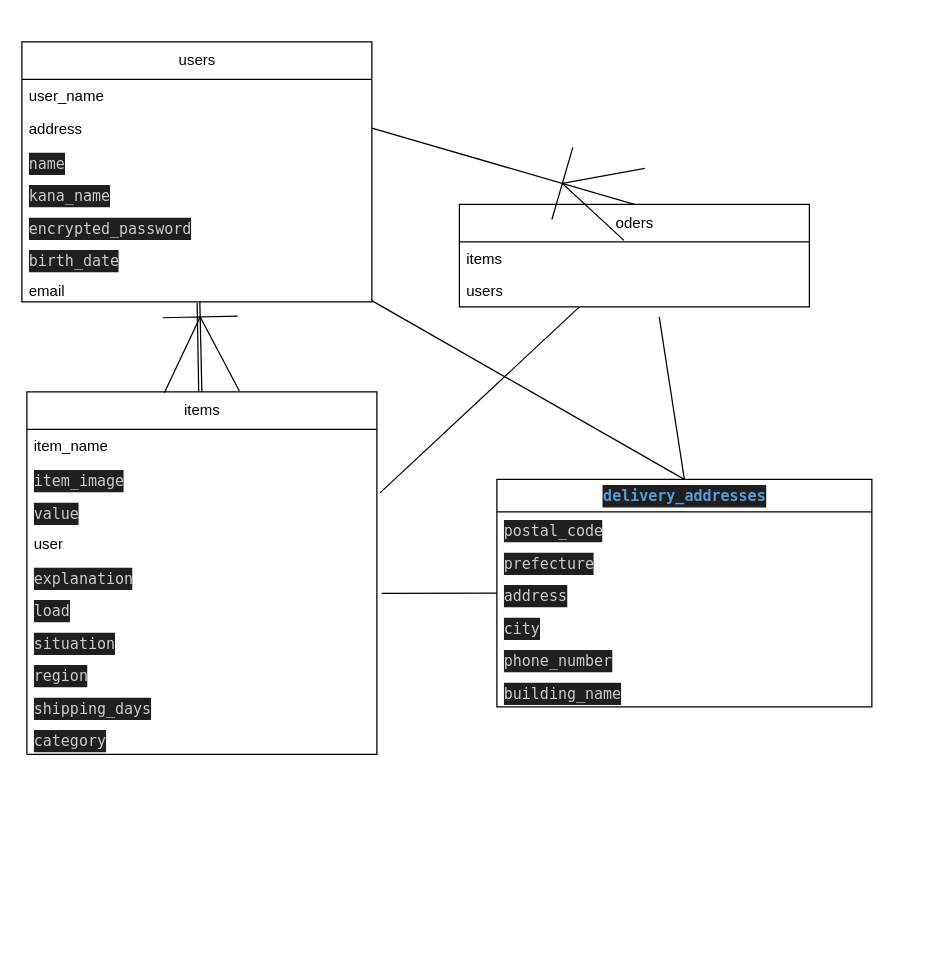
Above: furima.dio in yosyncr/furima-39470 (draw.io), before the change. Source tidied: cells renumbered, new cells numbered last; positions are measured from the earlier drawing's top-left corner, leaving out a move shared by most shapes. Both pictures are drawn from the tidied source at 125%, with x=0, y=0 at pixel (21, 41).
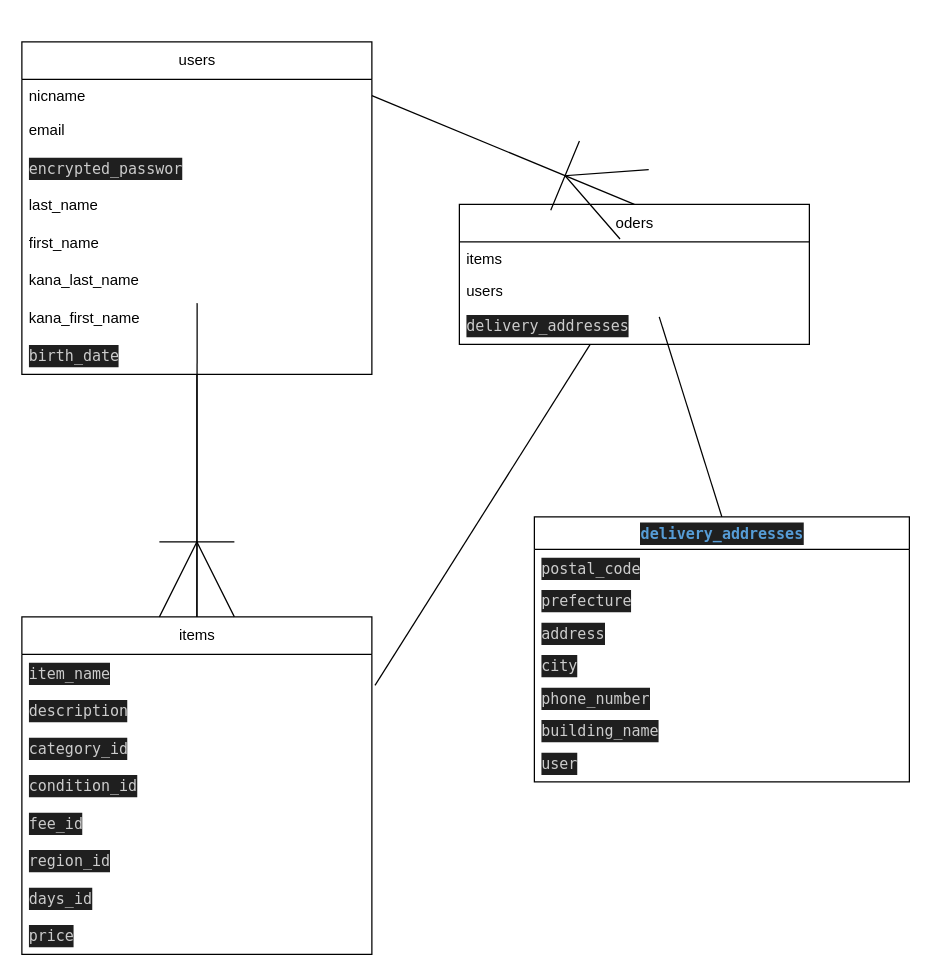
The same page after the edit.

Unchanged cells that the change refers to:
```xml
<mxCell id="33" value="&lt;div style=&quot;color: rgb(204, 204, 204); background-color: rgb(31, 31, 31); font-family: Menlo, Monaco, &amp;quot;Courier New&amp;quot;, monospace; line-height: 18px;&quot;&gt;address&lt;/div&gt;" style="text;strokeColor=none;fillColor=none;align=left;verticalAlign=top;spacingLeft=4;spacingRight=4;overflow=hidden;points=[[0,0.5],[1,0.5]];portConstraint=eastwest;whiteSpace=wrap;html=1;" parent="30" vertex="1">
  <mxGeometry y="78" width="300" height="26" as="geometry" />
</mxCell>
```

What changed in the source:
```diff
@@
     <mxCell id="3" value="users" style="swimlane;fontStyle=0;horizontal=1;startSize=30;fillColor=none;html=1;" parent="1" vertex="1">
-      <mxGeometry width="280" height="208" as="geometry" />
+      <mxGeometry width="280" height="266" as="geometry" />
     </mxCell>
-    <mxCell id="4" value="user_name" style="text;strokeColor=none;fillColor=none;align=left;verticalAlign=top;spacingLeft=4;spacingRight=4;overflow=hidden;whiteSpace=wrap;html=1;" parent="3" vertex="1">
-      <mxGeometry y="30" width="280" height="26" as="geometry" />
-    </mxCell>
-    <mxCell id="5" value="address" style="text;strokeColor=none;fillColor=none;align=left;verticalAlign=top;spacingLeft=4;spacingRight=4;overflow=hidden;points=[[0,0.5],[1,0.5]];portConstraint=eastwest;whiteSpace=wrap;html=1;" parent="3" vertex="1">
-      <mxGeometry y="56" width="280" height="26" as="geometry" />
+    <mxCell id="5" value="nicname" style="text;strokeColor=none;fillColor=none;align=left;verticalAlign=top;spacingLeft=4;spacingRight=4;overflow=hidden;points=[[0,0.5],[1,0.5]];portConstraint=eastwest;whiteSpace=wrap;html=1;" parent="3" vertex="1">
+      <mxGeometry y="30" width="280" height="26" as="geometry" />
     </mxCell>
-    <mxCell id="6" value="&lt;div style=&quot;color: rgb(204, 204, 204); background-color: rgb(31, 31, 31); font-family: Menlo, Monaco, &amp;quot;Courier New&amp;quot;, monospace; line-height: 18px;&quot;&gt;name&lt;/div&gt;" style="text;strokeColor=none;fillColor=none;align=left;verticalAlign=top;spacingLeft=4;spacingRight=4;overflow=hidden;whiteSpace=wrap;html=1;" parent="3" vertex="1">
-      <mxGeometry y="82" width="280" height="26" as="geometry" />
-    </mxCell>
-    <mxCell id="7" value="&lt;div style=&quot;color: rgb(204, 204, 204); background-color: rgb(31, 31, 31); font-family: Menlo, Monaco, &amp;quot;Courier New&amp;quot;, monospace; line-height: 18px;&quot;&gt;kana_name&lt;/div&gt;" style="text;strokeColor=none;fillColor=none;align=left;verticalAlign=top;spacingLeft=4;spacingRight=4;overflow=hidden;whiteSpace=wrap;html=1;" parent="3" vertex="1">
-      <mxGeometry y="108" width="280" height="26" as="geometry" />
-    </mxCell>
-    <mxCell id="8" value="&lt;div style=&quot;color: rgb(204, 204, 204); background-color: rgb(31, 31, 31); font-family: Menlo, Monaco, &amp;quot;Courier New&amp;quot;, monospace; line-height: 18px;&quot;&gt;encrypted_password&lt;/div&gt;" style="text;strokeColor=none;fillColor=none;align=left;verticalAlign=top;spacingLeft=4;spacingRight=4;overflow=hidden;whiteSpace=wrap;html=1;" parent="3" vertex="1">
-      <mxGeometry y="134" width="280" height="26" as="geometry" />
-    </mxCell>
+    <mxCell id="10" value="email" style="text;strokeColor=none;fillColor=none;align=left;verticalAlign=middle;spacingLeft=4;spacingRight=4;overflow=hidden;points=[[0,0.5],[1,0.5]];portConstraint=eastwest;whiteSpace=wrap;html=1;" parent="3" vertex="1">
+      <mxGeometry y="56" width="280" height="30" as="geometry" />
+    </mxCell>
+    <mxCell id="38" value="&lt;div style=&quot;color: rgb(204, 204, 204); background-color: rgb(31, 31, 31); font-family: Menlo, Monaco, &amp;quot;Courier New&amp;quot;, monospace; line-height: 18px;&quot;&gt;encrypted_passwor&lt;/div&gt;" style="text;strokeColor=none;fillColor=none;align=left;verticalAlign=middle;spacingLeft=4;spacingRight=4;overflow=hidden;whiteSpace=wrap;html=1;" parent="3" vertex="1">
+      <mxGeometry y="86" width="280" height="30" as="geometry" />
+    </mxCell>
+    <mxCell id="39" value="last_name" style="text;strokeColor=none;fillColor=none;align=left;verticalAlign=middle;spacingLeft=4;spacingRight=4;overflow=hidden;whiteSpace=wrap;html=1;" parent="3" vertex="1">
+      <mxGeometry y="116" width="280" height="30" as="geometry" />
+    </mxCell>
+    <mxCell id="40" value="first_name" style="text;strokeColor=none;fillColor=none;align=left;verticalAlign=middle;spacingLeft=4;spacingRight=4;overflow=hidden;whiteSpace=wrap;html=1;" parent="3" vertex="1">
+      <mxGeometry y="146" width="280" height="30" as="geometry" />
+    </mxCell>
+    <mxCell id="41" value="kana_last_name" style="text;strokeColor=none;fillColor=none;align=left;verticalAlign=middle;spacingLeft=4;spacingRight=4;overflow=hidden;whiteSpace=wrap;html=1;" parent="3" vertex="1">
+      <mxGeometry y="176" width="280" height="30" as="geometry" />
+    </mxCell>
+    <mxCell id="42" value="kana_first_name" style="text;strokeColor=none;fillColor=none;align=left;verticalAlign=middle;spacingLeft=4;spacingRight=4;overflow=hidden;whiteSpace=wrap;html=1;" parent="3" vertex="1">
+      <mxGeometry y="206" width="280" height="30" as="geometry" />
+    </mxCell>
-    <mxCell id="9" value="&lt;div style=&quot;color: rgb(204, 204, 204); background-color: rgb(31, 31, 31); font-family: Menlo, Monaco, &amp;quot;Courier New&amp;quot;, monospace; line-height: 18px;&quot;&gt;birth_date &lt;/div&gt;" style="text;strokeColor=none;fillColor=none;align=left;verticalAlign=top;spacingLeft=4;spacingRight=4;overflow=hidden;whiteSpace=wrap;html=1;" parent="3" vertex="1">
-      <mxGeometry y="160" width="280" height="26" as="geometry" />
+    <mxCell id="9" value="&lt;div style=&quot;color: rgb(204, 204, 204); background-color: rgb(31, 31, 31); font-family: Menlo, Monaco, &amp;quot;Courier New&amp;quot;, monospace; line-height: 18px;&quot;&gt;&lt;div style=&quot;line-height: 18px;&quot;&gt;birth_date &lt;/div&gt;&lt;/div&gt;" style="text;strokeColor=none;fillColor=none;align=left;verticalAlign=middle;spacingLeft=4;spacingRight=4;overflow=hidden;whiteSpace=wrap;html=1;" parent="3" vertex="1">
+      <mxGeometry y="236" width="280" height="30" as="geometry" />
     </mxCell>
-    <mxCell id="10" value="email" style="text;strokeColor=none;fillColor=none;align=left;verticalAlign=top;spacingLeft=4;spacingRight=4;overflow=hidden;points=[[0,0.5],[1,0.5]];portConstraint=eastwest;whiteSpace=wrap;html=1;" parent="3" vertex="1">
-      <mxGeometry y="186" width="280" height="22" as="geometry" />
-    </mxCell>
-    <mxCell id="11" style="edgeStyle=none;html=1;endArrow=none;endFill=0;startSize=27;endSize=58;targetPerimeterSpacing=1;" parent="1" edge="1" source="12" target="10">
-      <mxGeometry relative="1" as="geometry" />
+    <mxCell id="11" style="edgeStyle=none;html=1;endArrow=none;endFill=0;startSize=27;endSize=58;targetPerimeterSpacing=1;" parent="1" edge="1" source="12">
+      <mxGeometry relative="1" as="geometry">
+        <mxPoint x="140.2" y="209" as="targetPoint" />
+      </mxGeometry>
     </mxCell>
     <mxCell id="12" value="items" style="swimlane;fontStyle=0;horizontal=1;startSize=30;fillColor=none;html=1;" parent="1" vertex="1">
-      <mxGeometry x="4" y="280" width="280" height="290" as="geometry" />
+      <mxGeometry y="460" width="280" height="270" as="geometry" />
     </mxCell>
-    <mxCell id="13" value="item_name" style="text;strokeColor=none;fillColor=none;align=left;verticalAlign=top;spacingLeft=4;spacingRight=4;overflow=hidden;whiteSpace=wrap;html=1;" parent="12" vertex="1">
-      <mxGeometry y="30" width="280" height="26" as="geometry" />
+    <mxCell id="13" value="&lt;div style=&quot;color: rgb(204, 204, 204); background-color: rgb(31, 31, 31); font-family: Menlo, Monaco, &amp;quot;Courier New&amp;quot;, monospace; line-height: 18px;&quot;&gt;item_name&lt;/div&gt;" style="text;strokeColor=none;fillColor=none;align=left;verticalAlign=middle;spacingLeft=4;spacingRight=4;overflow=hidden;whiteSpace=wrap;html=1;" parent="12" vertex="1">
+      <mxGeometry y="30" width="280" height="30" as="geometry" />
     </mxCell>
-    <mxCell id="14" value="&lt;div style=&quot;color: rgb(204, 204, 204); background-color: rgb(31, 31, 31); font-family: Menlo, Monaco, &amp;quot;Courier New&amp;quot;, monospace; line-height: 18px;&quot;&gt;item_image&lt;/div&gt;" style="text;strokeColor=none;fillColor=none;align=left;verticalAlign=top;spacingLeft=4;spacingRight=4;overflow=hidden;whiteSpace=wrap;html=1;" parent="12" vertex="1">
-      <mxGeometry y="56" width="280" height="26" as="geometry" />
-    </mxCell>
-    <mxCell id="15" value="&lt;div style=&quot;color: rgb(204, 204, 204); background-color: rgb(31, 31, 31); font-family: Menlo, Monaco, &amp;quot;Courier New&amp;quot;, monospace; line-height: 18px;&quot;&gt;value &lt;/div&gt;" style="text;strokeColor=none;fillColor=none;align=left;verticalAlign=top;spacingLeft=4;spacingRight=4;overflow=hidden;points=[[0,0.5],[1,0.5]];portConstraint=eastwest;whiteSpace=wrap;html=1;" parent="12" vertex="1">
-      <mxGeometry y="82" width="280" height="26" as="geometry" />
-    </mxCell>
-    <mxCell id="16" value="user" style="text;strokeColor=none;fillColor=none;align=left;verticalAlign=top;spacingLeft=4;spacingRight=4;overflow=hidden;whiteSpace=wrap;html=1;" parent="12" vertex="1">
-      <mxGeometry y="108" width="280" height="26" as="geometry" />
-    </mxCell>
-    <mxCell id="17" value="&lt;div style=&quot;color: rgb(204, 204, 204); background-color: rgb(31, 31, 31); font-family: Menlo, Monaco, &amp;quot;Courier New&amp;quot;, monospace; line-height: 18px;&quot;&gt;explanation&lt;/div&gt;" style="text;strokeColor=none;fillColor=none;align=left;verticalAlign=top;spacingLeft=4;spacingRight=4;overflow=hidden;whiteSpace=wrap;html=1;" parent="12" vertex="1">
-      <mxGeometry y="134" width="280" height="26" as="geometry" />
-    </mxCell>
-    <mxCell id="18" value="&lt;div style=&quot;color: rgb(204, 204, 204); background-color: rgb(31, 31, 31); font-family: Menlo, Monaco, &amp;quot;Courier New&amp;quot;, monospace; line-height: 18px;&quot;&gt;load&lt;/div&gt;" style="text;strokeColor=none;fillColor=none;align=left;verticalAlign=top;spacingLeft=4;spacingRight=4;overflow=hidden;points=[[0,0.5],[1,0.5]];portConstraint=eastwest;whiteSpace=wrap;html=1;" parent="12" vertex="1">
-      <mxGeometry y="160" width="280" height="26" as="geometry" />
-    </mxCell>
-    <mxCell id="19" value="&lt;div style=&quot;color: rgb(204, 204, 204); background-color: rgb(31, 31, 31); font-family: Menlo, Monaco, &amp;quot;Courier New&amp;quot;, monospace; line-height: 18px;&quot;&gt;situation &lt;/div&gt;" style="text;strokeColor=none;fillColor=none;align=left;verticalAlign=top;spacingLeft=4;spacingRight=4;overflow=hidden;whiteSpace=wrap;html=1;" parent="12" vertex="1">
-      <mxGeometry y="186" width="280" height="26" as="geometry" />
-    </mxCell>
-    <mxCell id="20" value="&lt;div style=&quot;color: rgb(204, 204, 204); background-color: rgb(31, 31, 31); font-family: Menlo, Monaco, &amp;quot;Courier New&amp;quot;, monospace; line-height: 18px;&quot;&gt; region   &lt;/div&gt;" style="text;strokeColor=none;fillColor=none;align=left;verticalAlign=top;spacingLeft=4;spacingRight=4;overflow=hidden;whiteSpace=wrap;html=1;" parent="12" vertex="1">
-      <mxGeometry y="212" width="280" height="26" as="geometry" />
-    </mxCell>
-    <mxCell id="21" value="&lt;div style=&quot;color: rgb(204, 204, 204); background-color: rgb(31, 31, 31); font-family: Menlo, Monaco, &amp;quot;Courier New&amp;quot;, monospace; line-height: 18px;&quot;&gt;shipping_days&lt;/div&gt;" style="text;strokeColor=none;fillColor=none;align=left;verticalAlign=top;spacingLeft=4;spacingRight=4;overflow=hidden;whiteSpace=wrap;html=1;" parent="12" vertex="1">
-      <mxGeometry y="238" width="280" height="26" as="geometry" />
-    </mxCell>
-    <mxCell id="22" value="&lt;div style=&quot;color: rgb(204, 204, 204); background-color: rgb(31, 31, 31); font-family: Menlo, Monaco, &amp;quot;Courier New&amp;quot;, monospace; line-height: 18px;&quot;&gt;category &lt;/div&gt;" style="text;strokeColor=none;fillColor=none;align=left;verticalAlign=top;spacingLeft=4;spacingRight=4;overflow=hidden;whiteSpace=wrap;html=1;" parent="12" vertex="1">
-      <mxGeometry y="264" width="280" height="26" as="geometry" />
-    </mxCell>
+    <mxCell id="43" value="&lt;div style=&quot;color: rgb(204, 204, 204); background-color: rgb(31, 31, 31); font-family: Menlo, Monaco, &amp;quot;Courier New&amp;quot;, monospace; line-height: 18px;&quot;&gt;description&lt;/div&gt;" style="text;strokeColor=none;fillColor=none;align=left;verticalAlign=middle;spacingLeft=4;spacingRight=4;overflow=hidden;whiteSpace=wrap;html=1;" parent="12" vertex="1">
+      <mxGeometry y="60" width="280" height="30" as="geometry" />
+    </mxCell>
+    <mxCell id="44" value="&lt;div style=&quot;color: rgb(204, 204, 204); background-color: rgb(31, 31, 31); font-family: Menlo, Monaco, &amp;quot;Courier New&amp;quot;, monospace; line-height: 18px;&quot;&gt;category_id&lt;/div&gt;" style="text;strokeColor=none;fillColor=none;align=left;verticalAlign=middle;spacingLeft=4;spacingRight=4;overflow=hidden;whiteSpace=wrap;html=1;" parent="12" vertex="1">
+      <mxGeometry y="90" width="280" height="30" as="geometry" />
+    </mxCell>
+    <mxCell id="45" value="&lt;div style=&quot;color: rgb(204, 204, 204); background-color: rgb(31, 31, 31); font-family: Menlo, Monaco, &amp;quot;Courier New&amp;quot;, monospace; line-height: 18px;&quot;&gt;condition_id&lt;/div&gt;" style="text;strokeColor=none;fillColor=none;align=left;verticalAlign=middle;spacingLeft=4;spacingRight=4;overflow=hidden;whiteSpace=wrap;html=1;" parent="12" vertex="1">
+      <mxGeometry y="120" width="280" height="30" as="geometry" />
+    </mxCell>
+    <mxCell id="46" value="&lt;div style=&quot;color: rgb(204, 204, 204); background-color: rgb(31, 31, 31); font-family: Menlo, Monaco, &amp;quot;Courier New&amp;quot;, monospace; line-height: 18px;&quot;&gt;fee_id&lt;/div&gt;" style="text;strokeColor=none;fillColor=none;align=left;verticalAlign=middle;spacingLeft=4;spacingRight=4;overflow=hidden;whiteSpace=wrap;html=1;" parent="12" vertex="1">
+      <mxGeometry y="150" width="280" height="30" as="geometry" />
+    </mxCell>
+    <mxCell id="47" value="&lt;div style=&quot;color: rgb(204, 204, 204); background-color: rgb(31, 31, 31); font-family: Menlo, Monaco, &amp;quot;Courier New&amp;quot;, monospace; line-height: 18px;&quot;&gt;region_id&lt;/div&gt;" style="text;strokeColor=none;fillColor=none;align=left;verticalAlign=middle;spacingLeft=4;spacingRight=4;overflow=hidden;whiteSpace=wrap;html=1;" parent="12" vertex="1">
+      <mxGeometry y="180" width="280" height="30" as="geometry" />
+    </mxCell>
+    <mxCell id="48" value="&lt;div style=&quot;color: rgb(204, 204, 204); background-color: rgb(31, 31, 31); font-family: Menlo, Monaco, &amp;quot;Courier New&amp;quot;, monospace; line-height: 18px;&quot;&gt;days_id &lt;/div&gt;" style="text;strokeColor=none;fillColor=none;align=left;verticalAlign=middle;spacingLeft=4;spacingRight=4;overflow=hidden;whiteSpace=wrap;html=1;" parent="12" vertex="1">
+      <mxGeometry y="210" width="280" height="30" as="geometry" />
+    </mxCell>
+    <mxCell id="49" value="&lt;div style=&quot;color: rgb(204, 204, 204); background-color: rgb(31, 31, 31); font-family: Menlo, Monaco, &amp;quot;Courier New&amp;quot;, monospace; line-height: 18px;&quot;&gt;price&lt;/div&gt;" style="text;strokeColor=none;fillColor=none;align=left;verticalAlign=middle;spacingLeft=4;spacingRight=4;overflow=hidden;whiteSpace=wrap;html=1;" parent="12" vertex="1">
+      <mxGeometry y="240" width="280" height="30" as="geometry" />
+    </mxCell>
-    <mxCell id="23" style="edgeStyle=none;html=1;entryX=1.009;entryY=-0.046;entryDx=0;entryDy=0;entryPerimeter=0;endArrow=none;endFill=0;startSize=27;endSize=58;targetPerimeterSpacing=1;" parent="1" edge="1" source="24" target="15">
-      <mxGeometry relative="1" as="geometry" />
+    <mxCell id="23" style="edgeStyle=none;html=1;entryX=1.009;entryY=-0.046;entryDx=0;entryDy=0;entryPerimeter=0;endArrow=none;endFill=0;startSize=27;endSize=58;targetPerimeterSpacing=1;" parent="1" edge="1" source="24">
+      <mxGeometry relative="1" as="geometry">
+        <mxPoint x="282.5" y="514.8" as="targetPoint" />
+      </mxGeometry>
     </mxCell>
     <mxCell id="24" value="oders" style="swimlane;fontStyle=0;horizontal=1;startSize=30;fillColor=none;html=1;" parent="1" vertex="1">
-      <mxGeometry x="350" y="130" width="280" height="82" as="geometry" />
+      <mxGeometry x="350" y="130" width="280" height="112" as="geometry" />
     </mxCell>
@@
+    <mxCell id="50" value="&lt;div style=&quot;color: rgb(204, 204, 204); background-color: rgb(31, 31, 31); font-family: Menlo, Monaco, &amp;quot;Courier New&amp;quot;, monospace; line-height: 18px;&quot;&gt;delivery_addresses&lt;/div&gt;" style="text;strokeColor=none;fillColor=none;align=left;verticalAlign=middle;spacingLeft=4;spacingRight=4;overflow=hidden;whiteSpace=wrap;html=1;" parent="24" vertex="1">
+      <mxGeometry y="82" width="280" height="30" as="geometry" />
+    </mxCell>
@@
-    <mxCell id="28" style="edgeStyle=none;html=1;exitX=0.5;exitY=0;exitDx=0;exitDy=0;entryX=1.001;entryY=0.964;entryDx=0;entryDy=0;entryPerimeter=0;endArrow=none;endFill=0;startSize=27;endSize=58;targetPerimeterSpacing=1;" parent="1" edge="1" source="30" target="10">
-      <mxGeometry relative="1" as="geometry" />
-    </mxCell>
@@
     <mxCell id="30" value="&lt;div style=&quot;color: rgb(204, 204, 204); background-color: rgb(31, 31, 31); font-family: Menlo, Monaco, &amp;quot;Courier New&amp;quot;, monospace; line-height: 18px;&quot;&gt;&lt;span style=&quot;color: #569cd6;font-weight: bold;&quot;&gt;delivery_addresses&lt;/span&gt;&lt;/div&gt;" style="swimlane;fontStyle=0;horizontal=1;startSize=26;fillColor=none;html=1;" parent="1" vertex="1">
-      <mxGeometry x="380" y="350" width="300" height="182" as="geometry" />
+      <mxGeometry x="410" y="380" width="300" height="212" as="geometry" />
     </mxCell>
@@
-    <mxCell id="37" style="edgeStyle=none;html=1;exitX=0;exitY=0.5;exitDx=0;exitDy=0;entryX=1.014;entryY=0.046;entryDx=0;entryDy=0;entryPerimeter=0;endArrow=none;endFill=0;startSize=27;endSize=58;targetPerimeterSpacing=1;" parent="1" edge="1" source="33" target="18">
-      <mxGeometry relative="1" as="geometry" />
-    </mxCell>
+    <mxCell id="16" value="&lt;div style=&quot;color: rgb(204, 204, 204); background-color: rgb(31, 31, 31); font-family: Menlo, Monaco, &amp;quot;Courier New&amp;quot;, monospace; line-height: 18px;&quot;&gt;user&lt;/div&gt;" style="text;strokeColor=none;fillColor=none;align=left;verticalAlign=middle;spacingLeft=4;spacingRight=4;overflow=hidden;whiteSpace=wrap;html=1;" parent="30" vertex="1">
+      <mxGeometry y="182" width="300" height="30" as="geometry" />
+    </mxCell>
```
